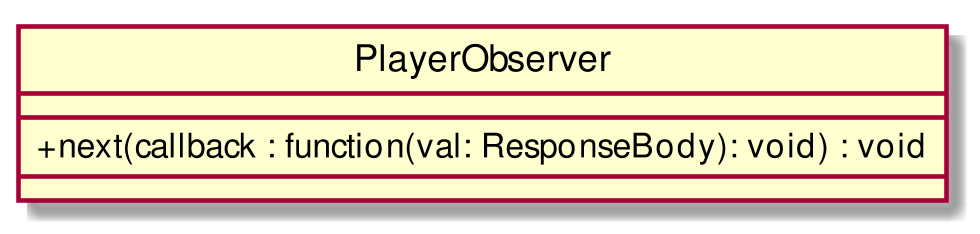
This is RP/Esterni/DefinizioneDiProdotto/images/ClassPlayerObserver.png from CoCodeSWE/Docs, a PlantUML export, as it was before one commit.
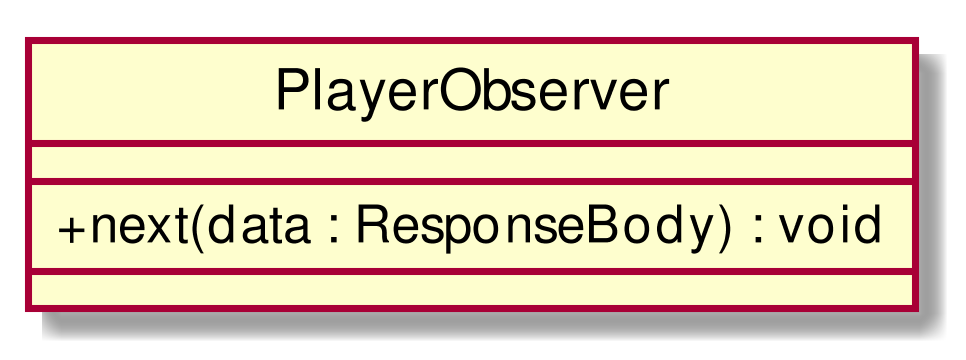
Later version of the same file.

What changed in the source:
```diff
@@ -3,7 +3,7 @@
 skinparam classAttributeIconSize 0
 class PlayerObserver{
 __
-+ next(callback : function(val: ResponseBody): void) : void
++ next(data : ResponseBody) : void
 __
 
 }
```
